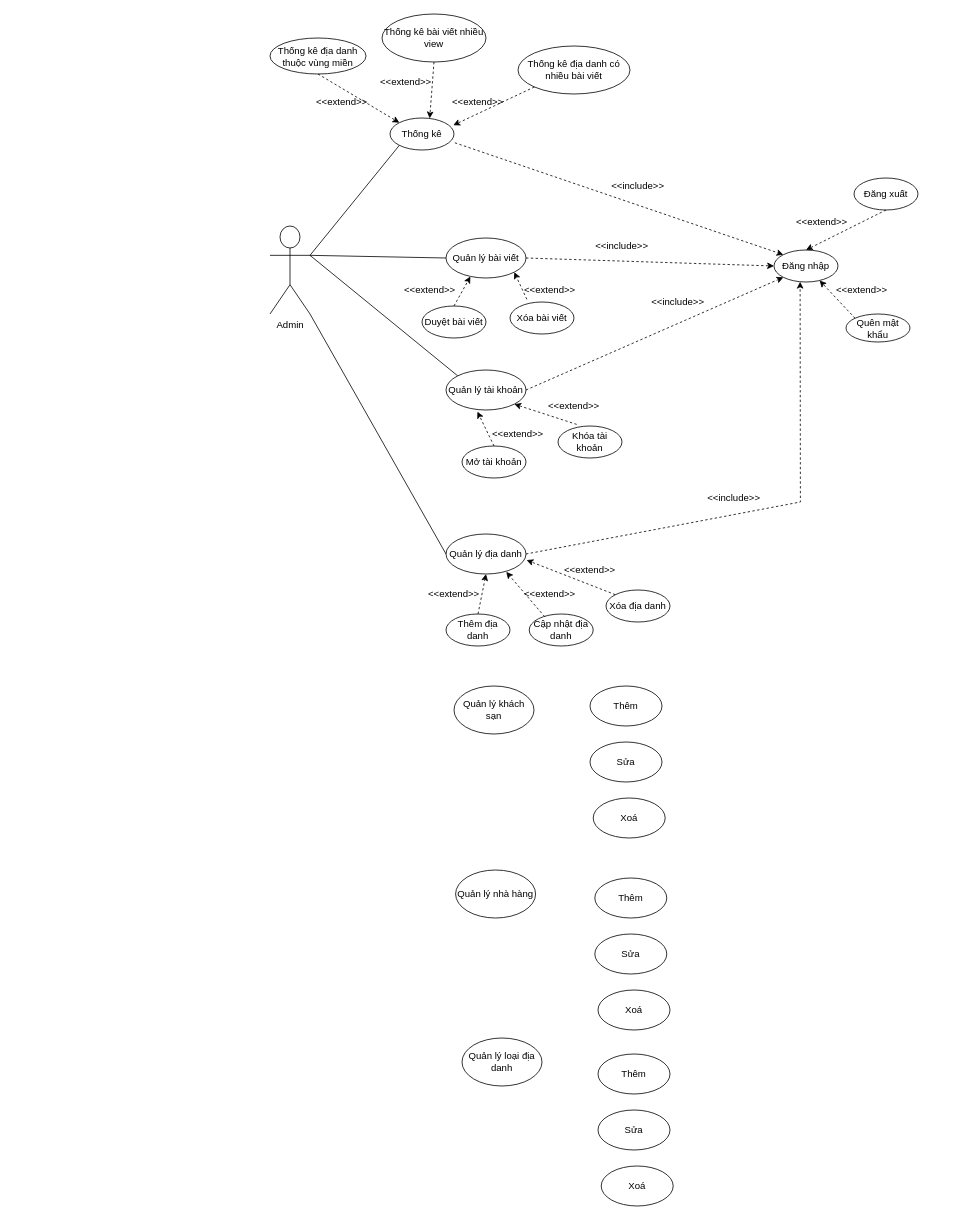
This is page "Admin" (1 of 3) of Use_Case_Android.drawio from HieuNM2809/DoAn_ANDROID, a draw.io file, before an edit. Source tidied: cells renumbered, new cells numbered last; positions are measured from the earlier drawing's top-left corner, leaving out a move shared by most shapes. Both pictures are drawn from the tidied source at 80%, with x=0, y=0 at pixel (270, 14).
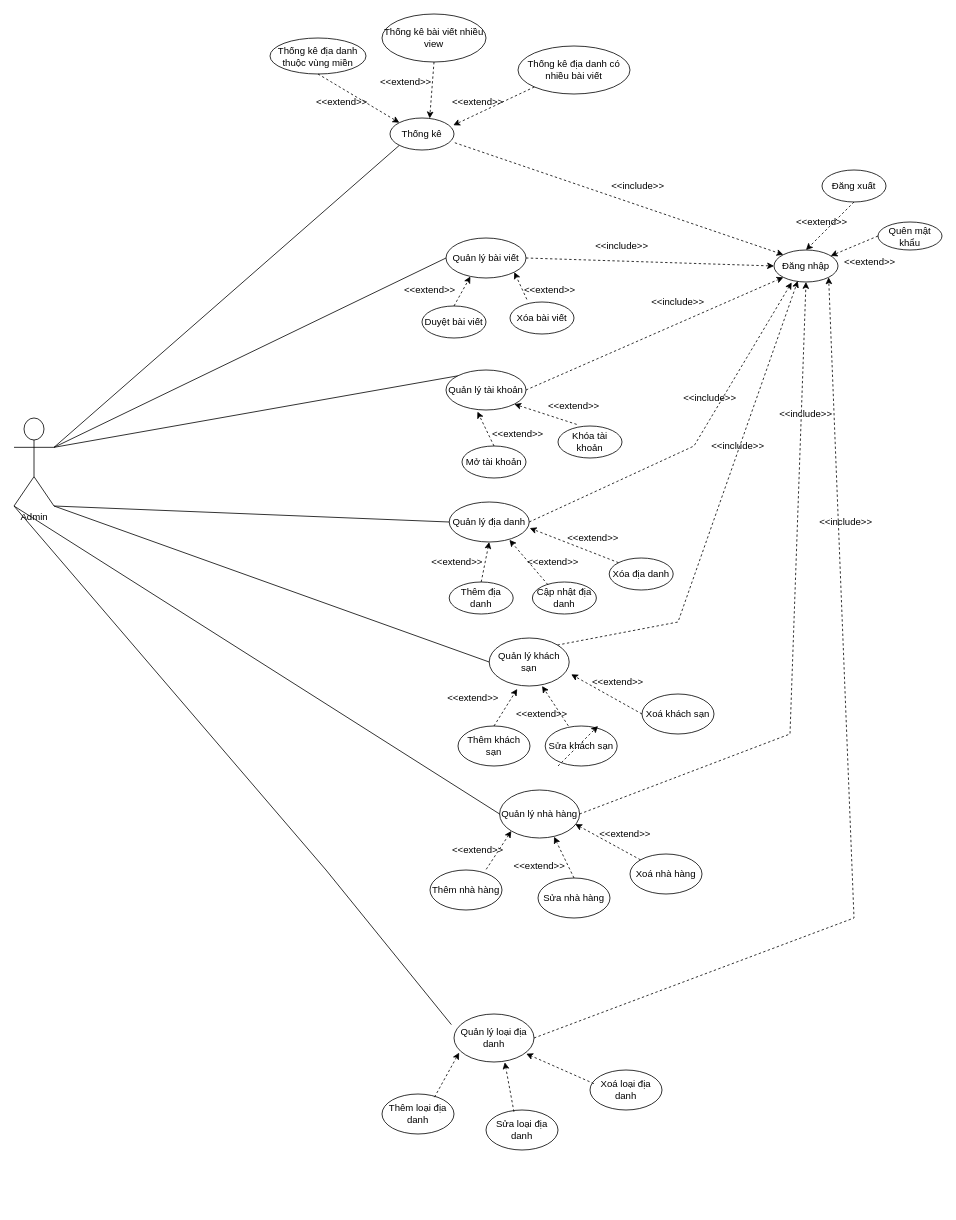
After the change.

Commit message:
Cập nhật Use_Case_Android.drawio

Unchanged cells that the change refers to:
```xml
<mxCell id="3" value="Đăng nhập" style="ellipse;whiteSpace=wrap;html=1;" parent="1" vertex="1">
  <mxGeometry x="630" y="295" width="80" height="40" as="geometry" />
</mxCell>
```

Diff of the diagram source:
```diff
@@
     <mxCell id="2" value="Admin" style="shape=umlActor;verticalLabelPosition=bottom;verticalAlign=top;html=1;outlineConnect=0;" parent="1" vertex="1">
-      <mxGeometry y="265" width="50" height="110" as="geometry" />
+      <mxGeometry x="-320" y="505" width="50" height="110" as="geometry" />
     </mxCell>
@@
     <mxCell id="4" value="Đăng xuất" style="ellipse;whiteSpace=wrap;html=1;" parent="1" vertex="1">
-      <mxGeometry x="730" y="205" width="80" height="40" as="geometry" />
+      <mxGeometry x="690" y="195" width="80" height="40" as="geometry" />
     </mxCell>
@@
     <mxCell id="34" value="Quên mật khẩu" style="ellipse;whiteSpace=wrap;html=1;" parent="1" vertex="1">
-      <mxGeometry x="720" y="375" width="80" height="35" as="geometry" />
+      <mxGeometry x="760" y="260" width="80" height="35" as="geometry" />
     </mxCell>
-    <mxCell id="35" style="endArrow=classic;html=1;rounded=0;dashed=1;exitX=0;exitY=0;exitDx=0;exitDy=0;" parent="1" edge="1" source="34" target="3">
+    <mxCell id="35" style="endArrow=classic;html=1;rounded=0;dashed=1;exitX=0;exitY=0.5;exitDx=0;exitDy=0;" parent="1" edge="1" source="34" target="3">
       <mxGeometry relative="1" as="geometry" />
     </mxCell>
     <mxCell id="36" value="&amp;lt;&amp;lt;extend&amp;gt;&amp;gt;" style="text;html=1;strokeColor=none;fillColor=none;align=center;verticalAlign=middle;whiteSpace=wrap;rounded=0;" parent="1" vertex="1">
-      <mxGeometry x="710" y="330" width="60" height="30" as="geometry" />
+      <mxGeometry x="720" y="295" width="60" height="30" as="geometry" />
     </mxCell>
@@
     <mxCell id="40" value="Quản lý địa danh" style="ellipse;whiteSpace=wrap;html=1;" parent="1" vertex="1">
-      <mxGeometry x="220" y="650" width="100" height="50" as="geometry" />
+      <mxGeometry x="224" y="610" width="100" height="50" as="geometry" />
     </mxCell>
@@
     <mxCell id="42" value="Thêm địa danh" style="ellipse;whiteSpace=wrap;html=1;" parent="1" vertex="1">
-      <mxGeometry x="220" y="750" width="80" height="40" as="geometry" />
+      <mxGeometry x="224" y="710" width="80" height="40" as="geometry" />
     </mxCell>
     <mxCell id="43" value="Cập nhật địa danh" style="ellipse;whiteSpace=wrap;html=1;" parent="1" vertex="1">
-      <mxGeometry x="324" y="750" width="80" height="40" as="geometry" />
+      <mxGeometry x="328" y="710" width="80" height="40" as="geometry" />
     </mxCell>
     <mxCell id="44" value="Xóa địa danh" style="ellipse;whiteSpace=wrap;html=1;" parent="1" vertex="1">
-      <mxGeometry x="420" y="720" width="80" height="40" as="geometry" />
+      <mxGeometry x="424" y="680" width="80" height="40" as="geometry" />
     </mxCell>
     <mxCell id="45" value="&amp;lt;&amp;lt;extend&amp;gt;&amp;gt;" style="text;html=1;strokeColor=none;fillColor=none;align=center;verticalAlign=middle;whiteSpace=wrap;rounded=0;" parent="1" vertex="1">
-      <mxGeometry x="370" y="680" width="60" height="30" as="geometry" />
+      <mxGeometry x="374" y="640" width="60" height="30" as="geometry" />
     </mxCell>
     <mxCell id="46" value="&amp;lt;&amp;lt;extend&amp;gt;&amp;gt;" style="text;html=1;strokeColor=none;fillColor=none;align=center;verticalAlign=middle;whiteSpace=wrap;rounded=0;" parent="1" vertex="1">
-      <mxGeometry x="320" y="710" width="60" height="30" as="geometry" />
+      <mxGeometry x="324" y="670" width="60" height="30" as="geometry" />
     </mxCell>
     <mxCell id="47" value="&amp;lt;&amp;lt;extend&amp;gt;&amp;gt;" style="text;html=1;strokeColor=none;fillColor=none;align=center;verticalAlign=middle;whiteSpace=wrap;rounded=0;" parent="1" vertex="1">
-      <mxGeometry x="200" y="710" width="60" height="30" as="geometry" />
+      <mxGeometry x="204" y="670" width="60" height="30" as="geometry" />
     </mxCell>
@@
-    <mxCell id="51" style="endArrow=classic;html=1;rounded=0;exitX=1;exitY=0.5;exitDx=0;exitDy=0;entryX=0.408;entryY=0.992;entryDx=0;entryDy=0;entryPerimeter=0;dashed=1;" parent="1" edge="1" source="40" target="3">
+    <mxCell id="51" style="endArrow=classic;html=1;rounded=0;exitX=1;exitY=0.5;exitDx=0;exitDy=0;entryX=0.276;entryY=1.014;entryDx=0;entryDy=0;dashed=1;entryPerimeter=0;" parent="1" edge="1" source="40" target="3">
       <mxGeometry relative="1" as="geometry">
         <Array as="points">
-          <mxPoint x="663" y="610" />
+          <mxPoint x="530" y="540" />
         </Array>
       </mxGeometry>
     </mxCell>
@@
     <mxCell id="55" value="&amp;lt;&amp;lt;include&amp;gt;&amp;gt;" style="text;html=1;strokeColor=none;fillColor=none;align=center;verticalAlign=middle;whiteSpace=wrap;rounded=0;" parent="1" vertex="1">
-      <mxGeometry x="550" y="590" width="60" height="30" as="geometry" />
+      <mxGeometry x="520" y="465" width="60" height="30" as="geometry" />
     </mxCell>
     <mxCell id="56" value="Quản lý khách sạn" style="ellipse;whiteSpace=wrap;html=1;" parent="1" vertex="1">
-      <mxGeometry x="230" y="840" width="100" height="60" as="geometry" />
+      <mxGeometry x="274" y="780" width="100" height="60" as="geometry" />
     </mxCell>
-    <mxCell id="57" value="Thêm" style="ellipse;whiteSpace=wrap;html=1;" parent="1" vertex="1">
-      <mxGeometry x="400" y="840" width="90" height="50" as="geometry" />
+    <mxCell id="57" value="Thêm khách sạn" style="ellipse;whiteSpace=wrap;html=1;" parent="1" vertex="1">
+      <mxGeometry x="235" y="890" width="90" height="50" as="geometry" />
     </mxCell>
-    <mxCell id="58" value="Sửa" style="ellipse;whiteSpace=wrap;html=1;" parent="1" vertex="1">
-      <mxGeometry x="400" y="910" width="90" height="50" as="geometry" />
+    <mxCell id="58" value="Sửa khách sạn" style="ellipse;whiteSpace=wrap;html=1;" parent="1" vertex="1">
+      <mxGeometry x="344" y="890" width="90" height="50" as="geometry" />
     </mxCell>
-    <mxCell id="59" value="Xoá" style="ellipse;whiteSpace=wrap;html=1;" parent="1" vertex="1">
-      <mxGeometry x="404" y="980" width="90" height="50" as="geometry" />
+    <mxCell id="59" value="Xoá khách sạn" style="ellipse;whiteSpace=wrap;html=1;" parent="1" vertex="1">
+      <mxGeometry x="465" y="850" width="90" height="50" as="geometry" />
     </mxCell>
     <mxCell id="60" value="Quản lý nhà hàng" style="ellipse;whiteSpace=wrap;html=1;" parent="1" vertex="1">
-      <mxGeometry x="232" y="1070" width="100" height="60" as="geometry" />
+      <mxGeometry x="287" y="970" width="100" height="60" as="geometry" />
     </mxCell>
     <mxCell id="61" value="Quản lý loại địa danh" style="ellipse;whiteSpace=wrap;html=1;" parent="1" vertex="1">
-      <mxGeometry x="240" y="1280" width="100" height="60" as="geometry" />
+      <mxGeometry x="230" y="1250" width="100" height="60" as="geometry" />
     </mxCell>
-    <mxCell id="62" value="Thêm" style="ellipse;whiteSpace=wrap;html=1;" parent="1" vertex="1">
-      <mxGeometry x="406" y="1080" width="90" height="50" as="geometry" />
+    <mxCell id="62" value="Thêm nhà hàng" style="ellipse;whiteSpace=wrap;html=1;" parent="1" vertex="1">
+      <mxGeometry x="200" y="1070" width="90" height="50" as="geometry" />
     </mxCell>
-    <mxCell id="63" value="Sửa" style="ellipse;whiteSpace=wrap;html=1;" parent="1" vertex="1">
-      <mxGeometry x="406" y="1150" width="90" height="50" as="geometry" />
+    <mxCell id="63" value="Sửa nhà hàng" style="ellipse;whiteSpace=wrap;html=1;" parent="1" vertex="1">
+      <mxGeometry x="335" y="1080" width="90" height="50" as="geometry" />
     </mxCell>
-    <mxCell id="64" value="Xoá" style="ellipse;whiteSpace=wrap;html=1;" parent="1" vertex="1">
-      <mxGeometry x="410" y="1220" width="90" height="50" as="geometry" />
+    <mxCell id="64" value="Xoá nhà hàng" style="ellipse;whiteSpace=wrap;html=1;" parent="1" vertex="1">
+      <mxGeometry x="450" y="1050" width="90" height="50" as="geometry" />
     </mxCell>
-    <mxCell id="65" value="Thêm" style="ellipse;whiteSpace=wrap;html=1;" parent="1" vertex="1">
-      <mxGeometry x="410" y="1300" width="90" height="50" as="geometry" />
+    <mxCell id="65" value="Thêm loại địa danh" style="ellipse;whiteSpace=wrap;html=1;" parent="1" vertex="1">
+      <mxGeometry x="140" y="1350" width="90" height="50" as="geometry" />
     </mxCell>
-    <mxCell id="66" value="Sửa" style="ellipse;whiteSpace=wrap;html=1;" parent="1" vertex="1">
-      <mxGeometry x="410" y="1370" width="90" height="50" as="geometry" />
+    <mxCell id="66" value="Sửa loại địa danh" style="ellipse;whiteSpace=wrap;html=1;" parent="1" vertex="1">
+      <mxGeometry x="270" y="1370" width="90" height="50" as="geometry" />
     </mxCell>
-    <mxCell id="67" value="Xoá" style="ellipse;whiteSpace=wrap;html=1;" parent="1" vertex="1">
-      <mxGeometry x="414" y="1440" width="90" height="50" as="geometry" />
+    <mxCell id="67" value="Xoá loại địa danh" style="ellipse;whiteSpace=wrap;html=1;" parent="1" vertex="1">
+      <mxGeometry x="400" y="1320" width="90" height="50" as="geometry" />
     </mxCell>
+    <mxCell id="68" style="endArrow=classic;html=1;rounded=0;exitX=0.5;exitY=0;exitDx=0;exitDy=0;entryX=0.35;entryY=1.061;entryDx=0;entryDy=0;entryPerimeter=0;dashed=1;" parent="1" edge="1" source="57" target="56">
+      <mxGeometry relative="1" as="geometry" />
+    </mxCell>
+    <mxCell id="69" style="endArrow=classic;html=1;rounded=0;exitX=0.321;exitY=-0.005;exitDx=0;exitDy=0;entryX=0.661;entryY=1.001;entryDx=0;entryDy=0;dashed=1;exitPerimeter=0;entryPerimeter=0;" parent="1" edge="1" source="58" target="56">
+      <mxGeometry relative="1" as="geometry" />
+    </mxCell>
+    <mxCell id="70" style="endArrow=classic;html=1;rounded=0;exitX=0;exitY=0.5;exitDx=0;exitDy=0;entryX=1.025;entryY=0.758;entryDx=0;entryDy=0;dashed=1;entryPerimeter=0;" parent="1" edge="1" source="59" target="56">
+      <mxGeometry relative="1" as="geometry" />
+    </mxCell>
+    <mxCell id="71" value="&amp;lt;&amp;lt;extend&amp;gt;&amp;gt;" style="text;html=1;strokeColor=none;fillColor=none;align=center;verticalAlign=middle;whiteSpace=wrap;rounded=0;" parent="1" vertex="1">
+      <mxGeometry x="224" y="840" width="60" height="30" as="geometry" />
+    </mxCell>
+    <mxCell id="72" value="&amp;lt;&amp;lt;extend&amp;gt;&amp;gt;" style="text;html=1;strokeColor=none;fillColor=none;align=center;verticalAlign=middle;whiteSpace=wrap;rounded=0;" parent="1" vertex="1">
+      <mxGeometry x="310" y="860" width="60" height="30" as="geometry" />
+    </mxCell>
+    <mxCell id="73" value="&amp;lt;&amp;lt;extend&amp;gt;&amp;gt;" style="text;html=1;strokeColor=none;fillColor=none;align=center;verticalAlign=middle;whiteSpace=wrap;rounded=0;" parent="1" vertex="1">
+      <mxGeometry x="405" y="820" width="60" height="30" as="geometry" />
+    </mxCell>
+    <mxCell id="74" style="endArrow=classic;html=1;rounded=0;exitX=0;exitY=0;exitDx=0;exitDy=0;entryX=0.946;entryY=0.711;entryDx=0;entryDy=0;dashed=1;entryPerimeter=0;" parent="1" edge="1" source="64" target="60">
+      <mxGeometry relative="1" as="geometry" />
+    </mxCell>
+    <mxCell id="75" style="endArrow=classic;html=1;rounded=0;exitX=0.5;exitY=0;exitDx=0;exitDy=0;entryX=0.681;entryY=0.975;entryDx=0;entryDy=0;dashed=1;entryPerimeter=0;" parent="1" edge="1" source="63" target="60">
+      <mxGeometry relative="1" as="geometry" />
+    </mxCell>
+    <mxCell id="76" style="endArrow=classic;html=1;rounded=0;exitX=0.781;exitY=-0.017;exitDx=0;exitDy=0;entryX=0;entryY=1;entryDx=0;entryDy=0;dashed=1;exitPerimeter=0;" parent="1" edge="1" source="62" target="60">
+      <mxGeometry relative="1" as="geometry" />
+    </mxCell>
+    <mxCell id="77" value="&amp;lt;&amp;lt;extend&amp;gt;&amp;gt;" style="text;html=1;strokeColor=none;fillColor=none;align=center;verticalAlign=middle;whiteSpace=wrap;rounded=0;" parent="1" vertex="1">
+      <mxGeometry x="230" y="1030" width="60" height="30" as="geometry" />
+    </mxCell>
+    <mxCell id="78" value="&amp;lt;&amp;lt;extend&amp;gt;&amp;gt;" style="text;html=1;strokeColor=none;fillColor=none;align=center;verticalAlign=middle;whiteSpace=wrap;rounded=0;" parent="1" vertex="1">
+      <mxGeometry x="307" y="1050" width="60" height="30" as="geometry" />
+    </mxCell>
+    <mxCell id="79" value="&amp;lt;&amp;lt;extend&amp;gt;&amp;gt;" style="text;html=1;strokeColor=none;fillColor=none;align=center;verticalAlign=middle;whiteSpace=wrap;rounded=0;" parent="1" vertex="1">
+      <mxGeometry x="414" y="1010" width="60" height="30" as="geometry" />
+    </mxCell>
+    <mxCell id="80" style="endArrow=classic;html=1;rounded=0;exitX=0.388;exitY=0.045;exitDx=0;exitDy=0;entryX=0.635;entryY=1.006;entryDx=0;entryDy=0;dashed=1;entryPerimeter=0;exitPerimeter=0;" parent="1" edge="1" source="66" target="61">
+      <mxGeometry relative="1" as="geometry" />
+    </mxCell>
+    <mxCell id="81" style="endArrow=classic;html=1;rounded=0;exitX=0.054;exitY=0.34;exitDx=0;exitDy=0;entryX=0.903;entryY=0.828;entryDx=0;entryDy=0;dashed=1;exitPerimeter=0;entryPerimeter=0;" parent="1" edge="1" source="67" target="61">
+      <mxGeometry relative="1" as="geometry" />
+    </mxCell>
+    <mxCell id="82" style="endArrow=classic;html=1;rounded=0;entryX=0.064;entryY=0.805;entryDx=0;entryDy=0;dashed=1;entryPerimeter=0;exitX=0.729;exitY=0.079;exitDx=0;exitDy=0;exitPerimeter=0;" parent="1" edge="1" source="65" target="61">
+      <mxGeometry relative="1" as="geometry" />
+    </mxCell>
+    <mxCell id="83" style="endArrow=none;html=1;rounded=0;entryX=1;entryY=1;entryDx=0;entryDy=0;entryPerimeter=0;exitX=0;exitY=0.5;exitDx=0;exitDy=0;" parent="1" edge="1" source="56" target="2">
+      <mxGeometry relative="1" as="geometry" />
+    </mxCell>
+    <mxCell id="84" style="endArrow=none;html=1;rounded=0;entryX=0;entryY=1;entryDx=0;entryDy=0;entryPerimeter=0;exitX=0;exitY=0.5;exitDx=0;exitDy=0;" parent="1" edge="1" source="60" target="2">
+      <mxGeometry relative="1" as="geometry" />
+    </mxCell>
+    <mxCell id="85" style="endArrow=none;html=1;rounded=0;entryX=0;entryY=1;entryDx=0;entryDy=0;entryPerimeter=0;exitX=-0.033;exitY=0.222;exitDx=0;exitDy=0;exitPerimeter=0;" parent="1" edge="1" source="61" target="2">
+      <mxGeometry relative="1" as="geometry">
+        <Array as="points">
+          <mxPoint x="70" y="1070" />
+        </Array>
+      </mxGeometry>
+    </mxCell>
+    <mxCell id="86" style="endArrow=classic;html=1;rounded=0;dashed=1;exitX=1;exitY=0;exitDx=0;exitDy=0;entryX=0.371;entryY=0.967;entryDx=0;entryDy=0;entryPerimeter=0;" parent="1" edge="1" source="56" target="3">
+      <mxGeometry relative="1" as="geometry">
+        <Array as="points">
+          <mxPoint x="510" y="760" />
+        </Array>
+      </mxGeometry>
+    </mxCell>
+    <mxCell id="87" style="endArrow=classic;html=1;rounded=0;dashed=1;exitX=1;exitY=0.5;exitDx=0;exitDy=0;entryX=0.5;entryY=1;entryDx=0;entryDy=0;" parent="1" edge="1" source="60" target="3">
+      <mxGeometry relative="1" as="geometry">
+        <Array as="points">
+          <mxPoint x="650" y="900" />
+        </Array>
+      </mxGeometry>
+    </mxCell>
+    <mxCell id="88" value="&amp;lt;&amp;lt;include&amp;gt;&amp;gt;" style="text;html=1;strokeColor=none;fillColor=none;align=center;verticalAlign=middle;whiteSpace=wrap;rounded=0;" parent="1" vertex="1">
+      <mxGeometry x="555" y="525" width="60" height="30" as="geometry" />
+    </mxCell>
+    <mxCell id="89" value="&amp;lt;&amp;lt;include&amp;gt;&amp;gt;" style="text;html=1;strokeColor=none;fillColor=none;align=center;verticalAlign=middle;whiteSpace=wrap;rounded=0;" parent="1" vertex="1">
+      <mxGeometry x="640" y="485" width="60" height="30" as="geometry" />
+    </mxCell>
+    <mxCell id="90" style="endArrow=classic;html=1;rounded=0;dashed=1;" parent="1" edge="1">
+      <mxGeometry relative="1" as="geometry">
+        <mxPoint x="360" y="940" as="sourcePoint" />
+        <mxPoint x="410" y="890" as="targetPoint" />
+      </mxGeometry>
+    </mxCell>
+    <mxCell id="91" style="endArrow=classic;html=1;rounded=0;dashed=1;exitX=1;exitY=0.5;exitDx=0;exitDy=0;entryX=1;entryY=1;entryDx=0;entryDy=0;" parent="1" edge="1" source="61" target="3">
+      <mxGeometry relative="1" as="geometry">
+        <Array as="points">
+          <mxPoint x="730" y="1130" />
+        </Array>
+      </mxGeometry>
+    </mxCell>
+    <mxCell id="92" value="&amp;lt;&amp;lt;include&amp;gt;&amp;gt;" style="text;html=1;strokeColor=none;fillColor=none;align=center;verticalAlign=middle;whiteSpace=wrap;rounded=0;" parent="1" vertex="1">
+      <mxGeometry x="690" y="620" width="60" height="30" as="geometry" />
+    </mxCell>
```
